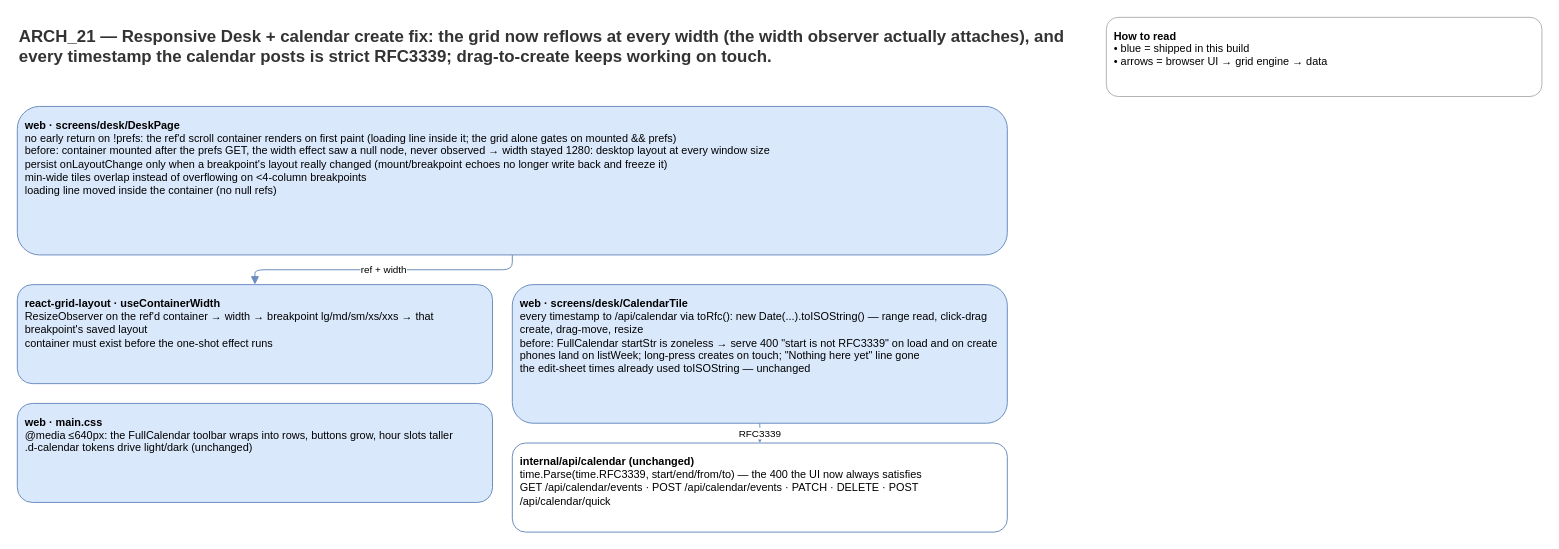
Earlier version of the draw.io diagram page "Arch_21" (21 of 22) of docs/diagrams/devcules-architecture.drawio (devcules/devcules). Source tidied: cells renumbered, new cells numbered last; positions are measured from the earlier drawing's top-left corner, leaving out a move shared by most shapes. Both pictures are drawn from the tidied source at 99%, with x=0, y=0 at pixel (17, 17).
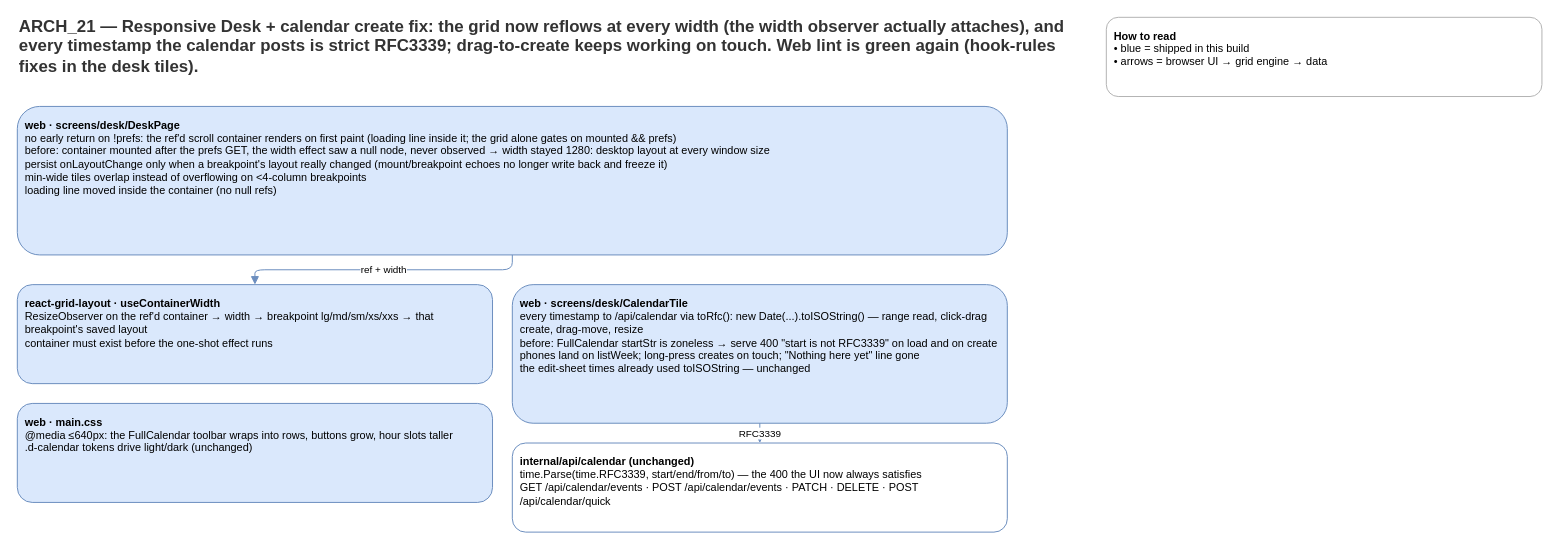
Above is the later version.

Commit message (it also covers changes not shown here):
desk: web lint green — effects/refs cleaned up (set-state-in-effect, useMemo items, CalendarTile hooks)

Diff of the diagram source:
```diff
@@
 <mxGraphModel>
   <root>
     <mxCell id="0" />
     <mxCell id="1" parent="0" />
-    <mxCell id="2" value="&lt;b&gt;ARCH_21&lt;/b&gt; — Responsive Desk + calendar create fix: the grid now reflows at every width (the width observer actually attaches), and every timestamp the calendar posts is strict RFC3339; drag-to-create keeps working on touch." style="text;html=1;strokeColor=none;fillColor=none;align=left;verticalAlign=middle;whiteSpace=wrap;fontSize=17;fontStyle=1;fontColor=#333333;" parent="1" vertex="1">
+    <mxCell id="2" value="&lt;b&gt;ARCH_21&lt;/b&gt; — Responsive Desk + calendar create fix: the grid now reflows at every width (the width observer actually attaches), and every timestamp the calendar posts is strict RFC3339; drag-to-create keeps working on touch. Web lint is green again (hook-rules fixes in the desk tiles)." style="text;html=1;strokeColor=none;fillColor=none;align=left;verticalAlign=middle;whiteSpace=wrap;fontSize=17;fontStyle=1;fontColor=#333333;" parent="1" vertex="1">
       <mxGeometry width="1060" height="60" as="geometry" />
     </mxCell>
     <mxCell id="3" value="&lt;b&gt;How to read&lt;/b&gt;&lt;br&gt;• blue = shipped in this build&lt;br&gt;• arrows = browser UI → grid engine → data" style="rounded=1;whiteSpace=wrap;html=1;fillColor=#FFFFFF;strokeColor=#B3B3B3;fontSize=11;align=left;verticalAlign=top;spacing=8;" parent="1" vertex="1">
       <mxGeometry x="1100" width="440" height="80" as="geometry" />
     </mxCell>
     <mxCell id="4" value="&lt;b&gt;web · screens/desk/DeskPage&lt;/b&gt;&lt;br&gt;no early return on !prefs: the ref'd scroll container renders on first paint (loading line inside it; the grid alone gates on mounted &amp;&amp; prefs)&lt;br&gt;before: container mounted after the prefs GET, the width effect saw a null node, never observed → width stayed 1280: desktop layout at every window size&lt;br&gt;persist onLayoutChange only when a breakpoint's layout really changed (mount/breakpoint echoes no longer write back and freeze it)&lt;br&gt;min-wide tiles overlap instead of overflowing on &amp;lt;4-column breakpoints&lt;br&gt;loading line moved inside the container (no null refs)" style="rounded=1;whiteSpace=wrap;html=1;fillColor=#DAE8FC;strokeColor=#6C8EBF;fontSize=11;align=left;verticalAlign=top;spacing=8;" parent="1" vertex="1">
       <mxGeometry y="90" width="1000" height="150" as="geometry" />
     </mxCell>
     <mxCell id="5" value="&lt;b&gt;react-grid-layout · useContainerWidth&lt;/b&gt;&lt;br&gt;ResizeObserver on the ref'd container → width → breakpoint lg/md/sm/xs/xxs → that breakpoint's saved layout&lt;br&gt;container must exist before the one-shot effect runs" style="rounded=1;whiteSpace=wrap;html=1;fillColor=#DAE8FC;strokeColor=#6C8EBF;fontSize=11;align=left;verticalAlign=top;spacing=8;" parent="1" vertex="1">
       <mxGeometry y="270" width="480" height="100" as="geometry" />
     </mxCell>
     <mxCell id="6" value="&lt;b&gt;web · screens/desk/CalendarTile&lt;/b&gt;&lt;br&gt;every timestamp to /api/calendar via toRfc(): new Date(...).toISOString() — range read, click-drag create, drag-move, resize&lt;br&gt;before: FullCalendar startStr is zoneless → serve 400 &quot;start is not RFC3339&quot; on load and on create&lt;br&gt;phones land on listWeek; long-press creates on touch; &quot;Nothing here yet&quot; line gone&lt;br&gt;the edit-sheet times already used toISOString — unchanged" style="rounded=1;whiteSpace=wrap;html=1;fillColor=#DAE8FC;strokeColor=#6C8EBF;fontSize=11;align=left;verticalAlign=top;spacing=8;" parent="1" vertex="1">
       <mxGeometry x="500" y="270" width="500" height="140" as="geometry" />
     </mxCell>
     <mxCell id="7" value="&lt;b&gt;web · main.css&lt;/b&gt;&lt;br&gt;@media ≤640px: the FullCalendar toolbar wraps into rows, buttons grow, hour slots taller&lt;br&gt;.d-calendar tokens drive light/dark (unchanged)" style="rounded=1;whiteSpace=wrap;html=1;fillColor=#DAE8FC;strokeColor=#6C8EBF;fontSize=11;align=left;verticalAlign=top;spacing=8;" parent="1" vertex="1">
       <mxGeometry y="390" width="480" height="100" as="geometry" />
     </mxCell>
     <mxCell id="8" value="&lt;b&gt;internal/api/calendar (unchanged)&lt;/b&gt;&lt;br&gt;time.Parse(time.RFC3339, start/end/from/to) — the 400 the UI now always satisfies&lt;br&gt;GET /api/calendar/events · POST /api/calendar/events · PATCH · DELETE · POST /api/calendar/quick" style="rounded=1;whiteSpace=wrap;html=1;fillColor=none;strokeColor=#6C8EBF;fontSize=11;align=left;verticalAlign=top;spacing=8;" parent="1" vertex="1">
       <mxGeometry x="500" y="430" width="500" height="90" as="geometry" />
     </mxCell>
     <mxCell id="9" value="ref + width" style="edgeStyle=orthogonalEdgeStyle;rounded=1;html=1;fontSize=10;strokeColor=#6C8EBF;endArrow=block;" parent="1" edge="1" source="4" target="5">
       <mxGeometry relative="1" as="geometry" />
     </mxCell>
     <mxCell id="10" value="RFC3339" style="edgeStyle=orthogonalEdgeStyle;rounded=1;html=1;fontSize=10;strokeColor=#6C8EBF;endArrow=block;" parent="1" edge="1" source="6" target="8">
       <mxGeometry relative="1" as="geometry" />
     </mxCell>
   </root>
 </mxGraphModel>
```
